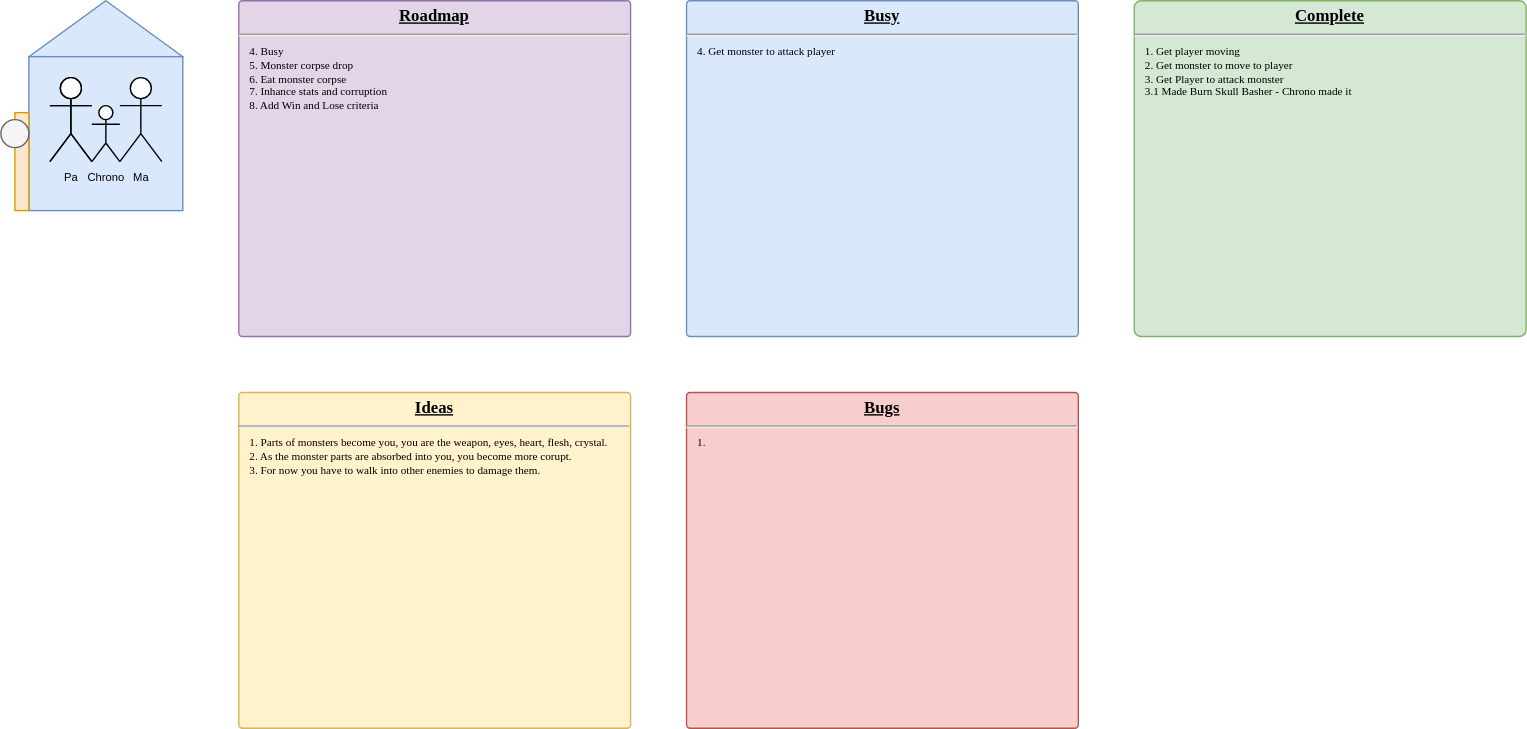
Before: Planning.svg, a diagram exported from draw.io (bitbear101/Insatiable). Source tidied: cells renumbered, new cells last; positions are measured from the earlier drawing's top-left corner, leaving out a move shared by most shapes.
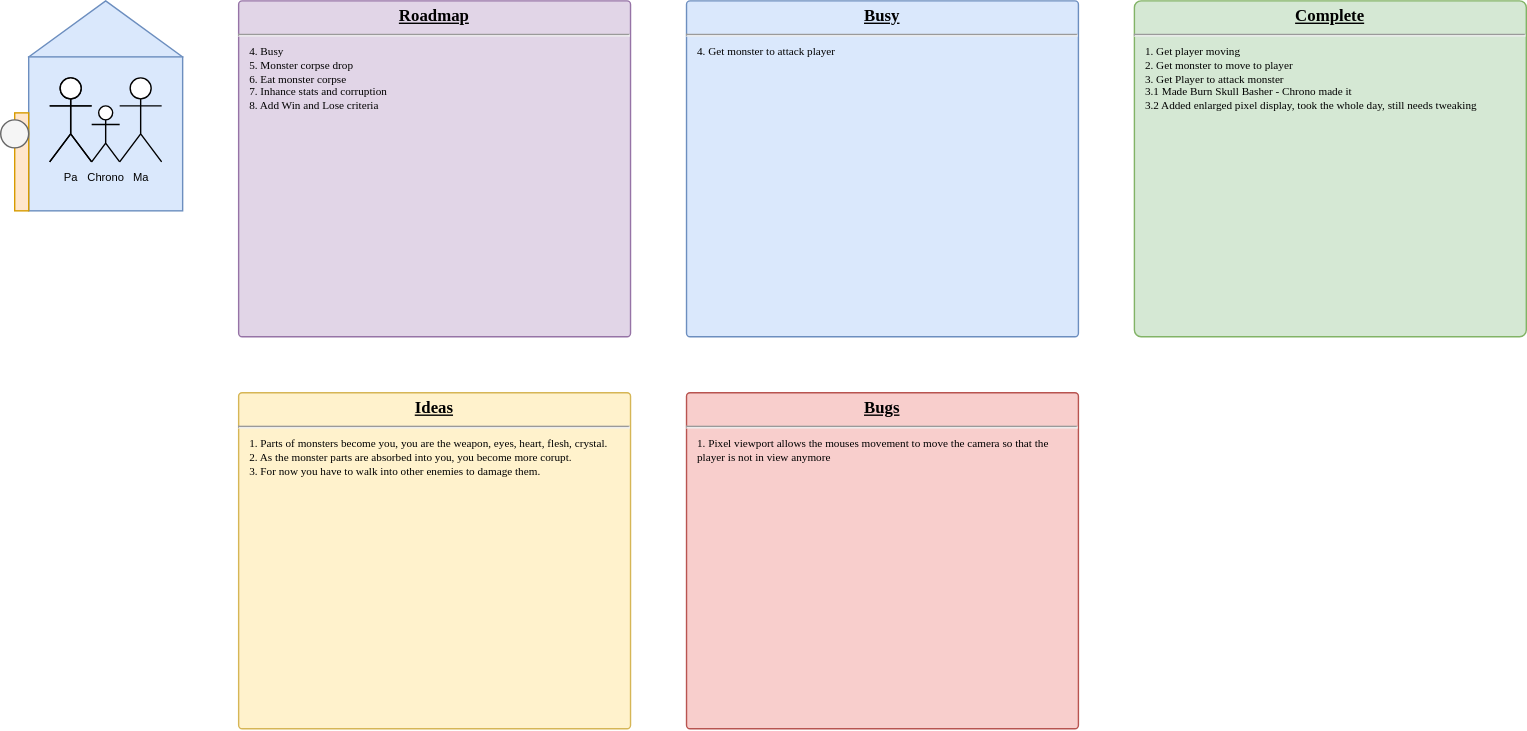
Above is the later version.

Diff of the diagram source:
```diff
@@ -8,7 +8,7 @@
     <mxCell id="3" style="whiteSpace=wrap;html=1;fontSize=8;fillColor=#dae8fc;strokeColor=#6c8ebf;" parent="1" vertex="1">
       <mxGeometry x="20" y="40" width="110" height="110" as="geometry" />
     </mxCell>
-    <mxCell id="4" value="&lt;p style=&quot;margin: 0px ; margin-top: 4px ; text-align: center ; text-decoration: underline&quot;&gt;&lt;b&gt;Complete&lt;/b&gt;&lt;/p&gt;&lt;hr&gt;&lt;p style=&quot;margin: 0px 0px 0px 8px ; font-size: 8px&quot;&gt;1. Get player moving&lt;/p&gt;&lt;p style=&quot;margin: 0px 0px 0px 8px ; font-size: 8px&quot;&gt;2. Get monster to move to player&lt;/p&gt;&lt;p style=&quot;margin: 0px 0px 0px 8px ; font-size: 8px&quot;&gt;3. Get Player to attack monster&lt;/p&gt;&lt;p style=&quot;margin: 0px 0px 0px 8px ; font-size: 8px&quot;&gt;3.1 Made Burn Skull Basher - Chrono made it&lt;/p&gt;" style="verticalAlign=top;align=left;overflow=fill;fontSize=12;fontFamily=JetBrains Mono;html=1;strokeColor=#82b366;shadow=0;fillColor=#d5e8d4;fontSource=https%3A%2F%2Ffonts.googleapis.com%2Fcss%3Ffamily%3DJetBrains%2BMono;whiteSpace=wrap;glass=0;rounded=1;arcSize=2;imageHeight=24;" parent="1" vertex="1">
+    <mxCell id="4" value="&lt;p style=&quot;margin: 0px ; margin-top: 4px ; text-align: center ; text-decoration: underline&quot;&gt;&lt;b&gt;Complete&lt;/b&gt;&lt;/p&gt;&lt;hr&gt;&lt;p style=&quot;margin: 0px 0px 0px 8px ; font-size: 8px&quot;&gt;1. Get player moving&lt;/p&gt;&lt;p style=&quot;margin: 0px 0px 0px 8px ; font-size: 8px&quot;&gt;2. Get monster to move to player&lt;/p&gt;&lt;p style=&quot;margin: 0px 0px 0px 8px ; font-size: 8px&quot;&gt;3. Get Player to attack monster&lt;/p&gt;&lt;p style=&quot;margin: 0px 0px 0px 8px ; font-size: 8px&quot;&gt;3.1 Made Burn Skull Basher - Chrono made it&lt;/p&gt;&lt;p style=&quot;margin: 0px 0px 0px 8px ; font-size: 8px&quot;&gt;3.2 Added enlarged pixel display, took the whole day, still needs tweaking&lt;/p&gt;" style="verticalAlign=top;align=left;overflow=fill;fontSize=12;fontFamily=JetBrains Mono;html=1;strokeColor=#82b366;shadow=0;fillColor=#d5e8d4;fontSource=https%3A%2F%2Ffonts.googleapis.com%2Fcss%3Ffamily%3DJetBrains%2BMono;whiteSpace=wrap;glass=0;rounded=1;arcSize=2;imageHeight=24;" parent="1" vertex="1">
       <mxGeometry x="810" width="280" height="240" as="geometry" />
     </mxCell>
     <mxCell id="5" value="&lt;p style=&quot;margin: 0px ; margin-top: 4px ; text-align: center ; text-decoration: underline&quot;&gt;&lt;b&gt;Ideas&lt;/b&gt;&lt;/p&gt;&lt;hr&gt;&lt;p style=&quot;margin: 0px 0px 0px 8px ; font-size: 8px&quot;&gt;1. Parts of monsters become you, you are the weapon, eyes,&lt;span&gt;&amp;nbsp;heart, flesh, crystal.&lt;/span&gt;&lt;/p&gt;&lt;p style=&quot;margin: 0px 0px 0px 8px ; font-size: 8px&quot;&gt;&lt;span&gt;2. As the monster parts are absorbed into you, you become more corupt.&lt;/span&gt;&lt;/p&gt;&lt;p style=&quot;margin: 0px 0px 0px 8px ; font-size: 8px&quot;&gt;&lt;span&gt;3. For now you have to walk into other enemies to damage them.&lt;/span&gt;&lt;/p&gt;&lt;p style=&quot;margin: 0px 0px 0px 8px ; font-size: 8px&quot;&gt;&lt;span&gt;&lt;br&gt;&lt;/span&gt;&lt;/p&gt;&lt;p style=&quot;margin: 0px 0px 0px 8px ; font-size: 8px&quot;&gt;&lt;span&gt;&lt;br&gt;&lt;/span&gt;&lt;/p&gt;" style="verticalAlign=top;align=left;overflow=fill;fontSize=12;fontFamily=JetBrains Mono;html=1;strokeColor=#d6b656;shadow=0;fillColor=#fff2cc;fontSource=https%3A%2F%2Ffonts.googleapis.com%2Fcss%3Ffamily%3DJetBrains%2BMono;whiteSpace=wrap;rounded=1;arcSize=5;absoluteArcSize=1;" parent="1" vertex="1">
@@ -32,7 +32,7 @@
     <mxCell id="11" style="ellipse;whiteSpace=wrap;html=1;fontSize=8;fillColor=#f5f5f5;strokeColor=#666666;fontColor=#333333;" parent="1" vertex="1">
       <mxGeometry y="85" width="20" height="20" as="geometry" />
     </mxCell>
-    <mxCell id="12" value="&lt;p style=&quot;margin: 0px ; margin-top: 4px ; text-align: center ; text-decoration: underline&quot;&gt;&lt;b&gt;Bugs&lt;/b&gt;&lt;/p&gt;&lt;hr&gt;&lt;p style=&quot;margin: 0px 0px 0px 8px ; font-size: 8px&quot;&gt;1.&amp;nbsp;&lt;/p&gt;" style="verticalAlign=top;align=left;overflow=fill;fontSize=12;fontFamily=JetBrains Mono;html=1;strokeColor=#b85450;shadow=0;fillColor=#f8cecc;fontSource=https%3A%2F%2Ffonts.googleapis.com%2Fcss%3Ffamily%3DJetBrains%2BMono;whiteSpace=wrap;glass=0;rounded=1;arcSize=5;imageHeight=24;absoluteArcSize=1;" parent="1" vertex="1">
+    <mxCell id="12" value="&lt;p style=&quot;margin: 0px ; margin-top: 4px ; text-align: center ; text-decoration: underline&quot;&gt;&lt;b&gt;Bugs&lt;/b&gt;&lt;/p&gt;&lt;hr&gt;&lt;p style=&quot;margin: 0px 0px 0px 8px ; font-size: 8px&quot;&gt;1. Pixel viewport allows the mouses movement to move the camera so that the player is not in view anymore&lt;/p&gt;" style="verticalAlign=top;align=left;overflow=fill;fontSize=12;fontFamily=JetBrains Mono;html=1;strokeColor=#b85450;shadow=0;fillColor=#f8cecc;fontSource=https%3A%2F%2Ffonts.googleapis.com%2Fcss%3Ffamily%3DJetBrains%2BMono;whiteSpace=wrap;glass=0;rounded=1;arcSize=5;imageHeight=24;absoluteArcSize=1;" parent="1" vertex="1">
       <mxGeometry x="490" y="280" width="280" height="240" as="geometry" />
     </mxCell>
     <mxCell id="13" value="&lt;p style=&quot;margin: 0px ; margin-top: 4px ; text-align: center ; text-decoration: underline&quot;&gt;&lt;b&gt;Busy&lt;/b&gt;&lt;/p&gt;&lt;hr&gt;&lt;p style=&quot;margin: 0px 0px 0px 8px ; font-size: 8px&quot;&gt;4. Get monster to attack player&lt;/p&gt;" style="verticalAlign=top;align=left;overflow=fill;fontSize=12;fontFamily=JetBrains Mono;html=1;strokeColor=#6c8ebf;shadow=0;fillColor=#dae8fc;fontSource=https%3A%2F%2Ffonts.googleapis.com%2Fcss%3Ffamily%3DJetBrains%2BMono;whiteSpace=wrap;glass=0;rounded=1;arcSize=5;imageHeight=24;absoluteArcSize=1;" parent="1" vertex="1">
```
